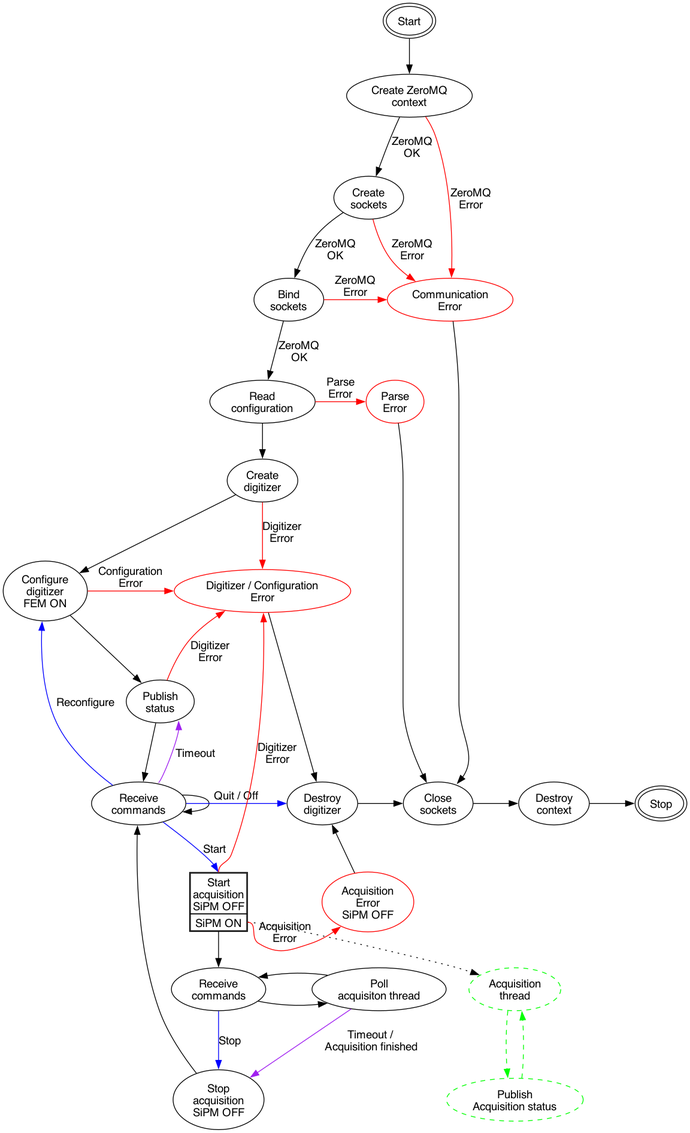
Before: doc/abtp2.png, a diagram exported from Graphviz (NicoTuccori/abcd). Its source is kept beside it as doc/abtp2.dot.
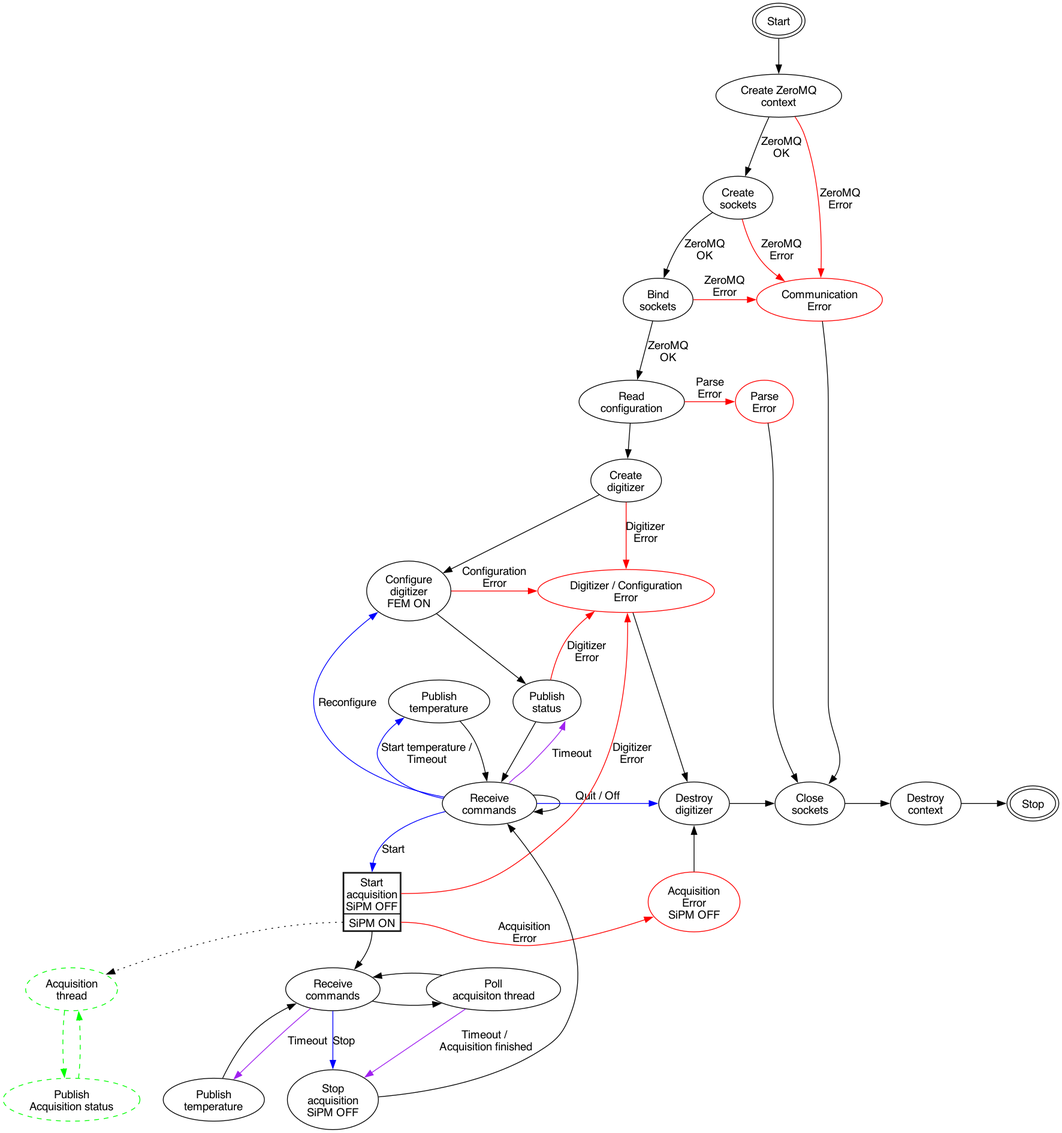
After the change.

Commit message:
Send temperature data

The edit, as a diff of the source:
```diff
@@ -19,9 +19,11 @@
             <TR><TD PORT="f1">SiPM ON</TD></TR>
         </TABLE>
     >];
+    publish_temperature [label = "Publish\ntemperature"]
     stop_acquisition [label = "Stop\nacquisition\nSiPM OFF"];
 
     acquisition_receive_commands [label = "Receive\ncommands"];
+    acquisition_publish_temperature [label = "Publish\ntemperature"]
     acquisition_thread [label = "Acquisition\nthread", style="dashed", color = "green"];
     publish_acquisition_status [label = "Publish\nAcquisition status", style="dashed", color = "green"];
     poll_digitizer [label = "Poll\nacquisiton thread"];
@@ -40,10 +42,11 @@
     {rank = "same"; bind_sockets communication_error}
     {rank = "same"; read_config parse_error}
     {rank = "same"; configure_digitizer digitizer_error}
-    {rank = "same"; receive_commands destroy_digitizer close_sockets}
+    {rank = "same"; receive_commands destroy_digitizer close_sockets destroy_context stop}
     {rank = "same"; start_acquisition_1 acquisition_error }
+    {rank = "same"; publish_status publish_temperature}
+    {rank = "same"; acquisition_publish_temperature}
     {rank = "same"; acquisition_receive_commands poll_digitizer}
-    {rank = "same"; close_sockets destroy_context stop}
     {rank = "same"; stop_acquisition}
 
     start -> create_context;
@@ -58,6 +61,7 @@
 
     receive_commands -> receive_commands;
     receive_commands -> publish_status [label = "Timeout", tailport = "ne", headport = "se", color = "purple"];
+    receive_commands -> publish_temperature [label = "Start temperature /\nTimeout", color = "blue"];
     receive_commands -> start_acquisition_1:f0 [label = "Start", color = "blue"];
 
     start_acquisition_1:f1 -> acquisition_thread [style="dotted"];
@@ -71,6 +75,10 @@
     acquisition_receive_commands -> stop_acquisition [label="Stop", weight=8, color = "blue"];
     stop_acquisition -> receive_commands;
     receive_commands -> configure_digitizer [label = "Reconfigure", color = "blue"];
+
+    publish_temperature -> receive_commands;
+    acquisition_receive_commands -> acquisition_publish_temperature [label = "Timeout", color = "purple"];
+    acquisition_publish_temperature -> acquisition_receive_commands;
 
     parse_error -> close_sockets;
 
```
